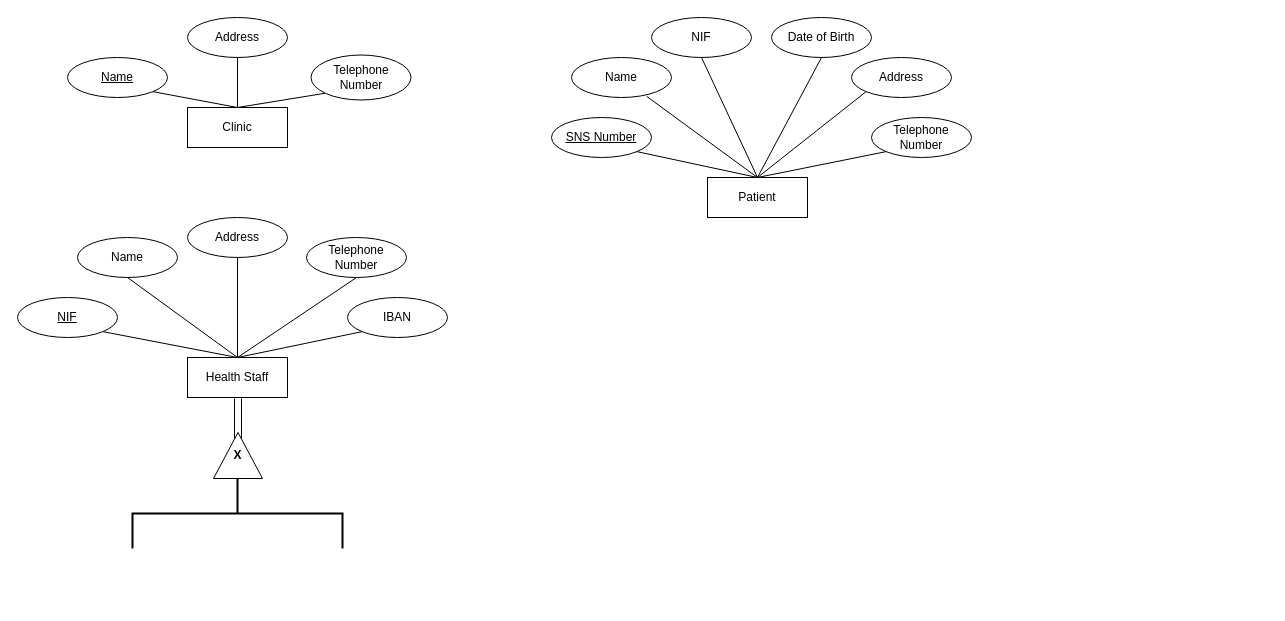
Above: Proj.drawio in mariana-marcal-santana/BD.Health-DB-Manager (draw.io), before the change. Source tidied: cells renumbered, new cells numbered last; positions are measured from the earlier drawing's top-left corner, leaving out a move shared by most shapes. Both pictures are drawn from the tidied source at 100%, with x=0, y=0 at pixel (17, 17).
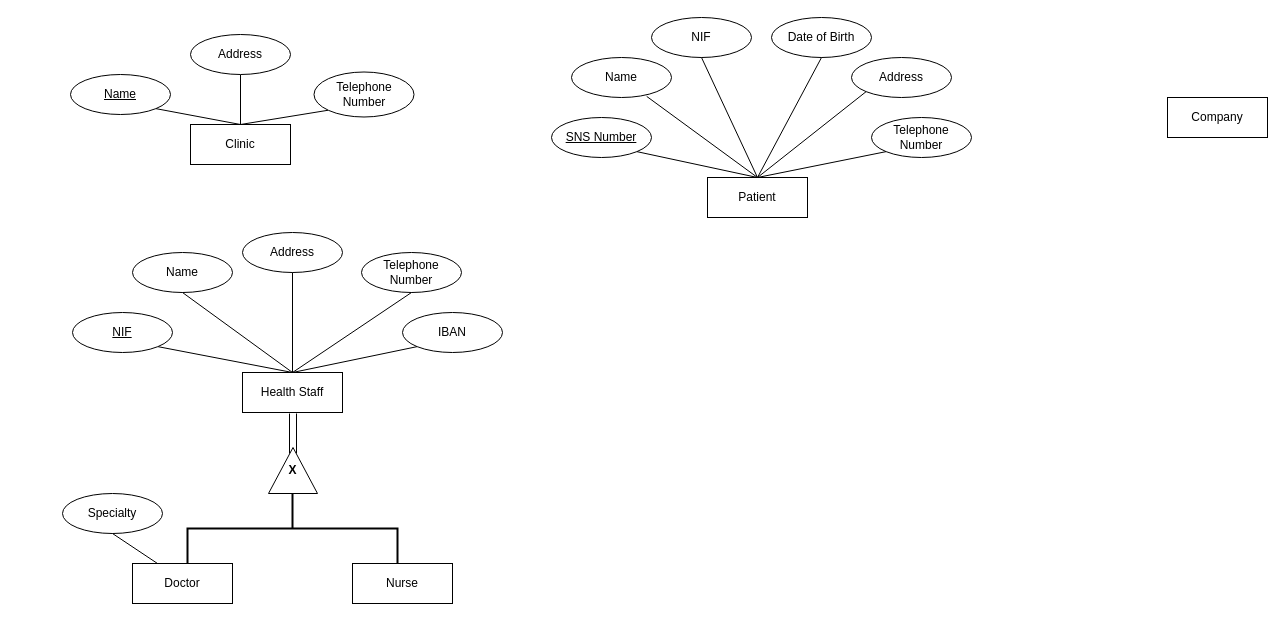
After the change.

The edit, as a diff of the source:
```diff
@@
     <mxCell id="2" value="Clinic" style="whiteSpace=wrap;html=1;align=center;" parent="1" vertex="1">
-      <mxGeometry x="170" y="90" width="100" height="40" as="geometry" />
+      <mxGeometry x="173" y="107" width="100" height="40" as="geometry" />
     </mxCell>
@@
     <mxCell id="4" value="Telephone Number" style="ellipse;whiteSpace=wrap;html=1;align=center;" parent="1" vertex="1">
-      <mxGeometry x="293.5" y="37.5" width="100" height="45" as="geometry" />
+      <mxGeometry x="296.5" y="54.5" width="100" height="45" as="geometry" />
     </mxCell>
@@
     <mxCell id="6" value="Address" style="ellipse;whiteSpace=wrap;html=1;align=center;" parent="1" vertex="1">
-      <mxGeometry x="170" width="100" height="40" as="geometry" />
+      <mxGeometry x="173" y="17" width="100" height="40" as="geometry" />
     </mxCell>
     <mxCell id="7" value="&lt;u&gt;Name&lt;/u&gt;" style="ellipse;whiteSpace=wrap;html=1;align=center;" parent="1" vertex="1">
-      <mxGeometry x="50" y="40" width="100" height="40" as="geometry" />
+      <mxGeometry x="53" y="57" width="100" height="40" as="geometry" />
     </mxCell>
@@
     <mxCell id="9" value="Health Staff" style="whiteSpace=wrap;html=1;align=center;" parent="1" vertex="1">
-      <mxGeometry x="170" y="340" width="100" height="40" as="geometry" />
+      <mxGeometry x="225" y="355" width="100" height="40" as="geometry" />
     </mxCell>
@@
     <mxCell id="11" value="Name" style="ellipse;whiteSpace=wrap;html=1;align=center;" parent="1" vertex="1">
-      <mxGeometry x="60" y="220" width="100" height="40" as="geometry" />
+      <mxGeometry x="115" y="235" width="100" height="40" as="geometry" />
     </mxCell>
     <mxCell id="12" value="Address" style="ellipse;whiteSpace=wrap;html=1;align=center;" parent="1" vertex="1">
-      <mxGeometry x="170" y="200" width="100" height="40" as="geometry" />
+      <mxGeometry x="225" y="215" width="100" height="40" as="geometry" />
     </mxCell>
     <mxCell id="13" value="Telephone Number" style="ellipse;whiteSpace=wrap;html=1;align=center;" parent="1" vertex="1">
-      <mxGeometry x="289" y="220" width="100" height="40" as="geometry" />
+      <mxGeometry x="344" y="235" width="100" height="40" as="geometry" />
     </mxCell>
     <mxCell id="14" value="IBAN" style="ellipse;whiteSpace=wrap;html=1;align=center;" parent="1" vertex="1">
-      <mxGeometry x="330" y="280" width="100" height="40" as="geometry" />
+      <mxGeometry x="385" y="295" width="100" height="40" as="geometry" />
     </mxCell>
     <mxCell id="15" value="NIF" style="ellipse;whiteSpace=wrap;html=1;align=center;fontStyle=4;" parent="1" vertex="1">
-      <mxGeometry y="280" width="100" height="40" as="geometry" />
+      <mxGeometry x="55" y="295" width="100" height="40" as="geometry" />
     </mxCell>
@@
     <mxCell id="21" style="endArrow=none;html=1;rounded=0;" parent="1" edge="1">
       <mxGeometry relative="1" as="geometry">
-        <mxPoint x="224" y="381" as="sourcePoint" />
-        <mxPoint x="224" y="421" as="targetPoint" />
+        <mxPoint x="279" y="396" as="sourcePoint" />
+        <mxPoint x="279" y="436" as="targetPoint" />
       </mxGeometry>
     </mxCell>
     <mxCell id="22" style="endArrow=none;html=1;rounded=0;" parent="1" edge="1">
       <mxGeometry relative="1" as="geometry">
-        <mxPoint x="217" y="381" as="sourcePoint" />
-        <mxPoint x="217" y="421" as="targetPoint" />
+        <mxPoint x="272" y="396" as="sourcePoint" />
+        <mxPoint x="272" y="436" as="targetPoint" />
       </mxGeometry>
     </mxCell>
     <mxCell id="23" value="&lt;b&gt;X&lt;/b&gt;" style="triangle;whiteSpace=wrap;html=1;dashed=0;direction=north;labelPosition=center;verticalLabelPosition=middle;align=center;verticalAlign=middle;horizontal=1;" parent="1" vertex="1">
-      <mxGeometry x="196" y="415" width="49" height="46" as="geometry" />
+      <mxGeometry x="251" y="430" width="49" height="46" as="geometry" />
     </mxCell>
     <mxCell id="24" style="strokeWidth=2;html=1;shape=mxgraph.flowchart.annotation_2;align=left;labelPosition=right;direction=south;" parent="1" vertex="1">
-      <mxGeometry x="115" y="461" width="210" height="70" as="geometry" />
+      <mxGeometry x="170" y="476" width="210" height="70" as="geometry" />
     </mxCell>
@@
+    <mxCell id="38" value="Company" style="whiteSpace=wrap;html=1;align=center;" parent="1" vertex="1">
+      <mxGeometry x="1150" y="80" width="100" height="40" as="geometry" />
+    </mxCell>
+    <mxCell id="39" value="Doctor" style="whiteSpace=wrap;html=1;align=center;" parent="1" vertex="1">
+      <mxGeometry x="115" y="546" width="100" height="40" as="geometry" />
+    </mxCell>
+    <mxCell id="40" value="Specialty" style="ellipse;whiteSpace=wrap;html=1;align=center;" parent="1" vertex="1">
+      <mxGeometry x="45" y="476" width="100" height="40" as="geometry" />
+    </mxCell>
+    <mxCell id="41" style="endArrow=none;html=1;rounded=0;exitX=0.5;exitY=1;exitDx=0;exitDy=0;entryX=0.25;entryY=0;entryDx=0;entryDy=0;" parent="1" edge="1" source="40" target="39">
+      <mxGeometry relative="1" as="geometry" />
+    </mxCell>
+    <mxCell id="42" value="Nurse" style="whiteSpace=wrap;html=1;align=center;" parent="1" vertex="1">
+      <mxGeometry x="335" y="546" width="100" height="40" as="geometry" />
+    </mxCell>
```
